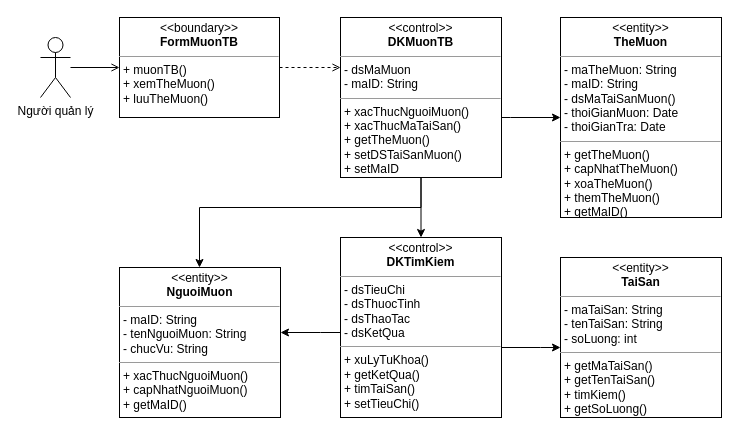
Above: page "Sua chua bao tri" (3 of 5) of Class Diagram.drawio in LocalHost127000/OODA (draw.io), before the change. Source tidied: cells renumbered, new cells numbered last; positions are measured from the earlier drawing's top-left corner, leaving out a move shared by most shapes. Both pictures are drawn from the tidied source at 100%, with x=0, y=0 at pixel (40, 17).
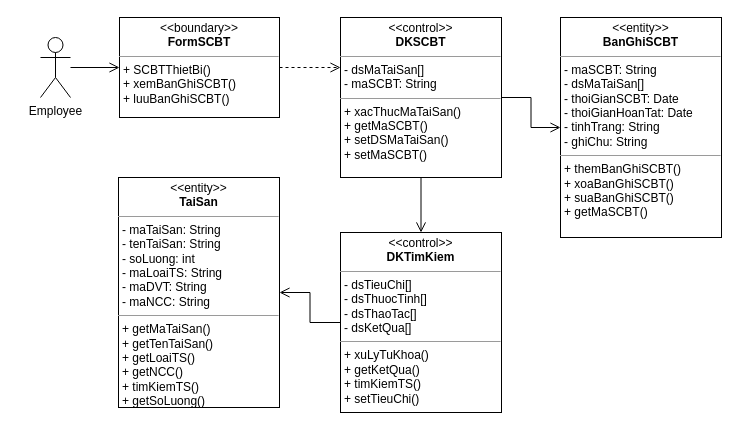
Above is the later version.

Diff of the diagram source:
```diff
@@
-    <mxCell id="2" style="edgeStyle=orthogonalEdgeStyle;rounded=0;jettySize=auto;html=1;dashed=1;endArrow=open;endFill=0;" parent="1" edge="1" source="3" target="7">
+    <mxCell id="2" style="edgeStyle=orthogonalEdgeStyle;rounded=0;jettySize=auto;html=1;dashed=1;endArrow=open;endFill=0;endSize=8;" parent="1" edge="1" source="3" target="7">
       <mxGeometry relative="1" as="geometry">
         <Array as="points">
           <mxPoint x="290" y="50" />
           <mxPoint x="290" y="50" />
         </Array>
       </mxGeometry>
     </mxCell>
-    <mxCell id="3" value="&lt;p style=&quot;margin: 0px ; margin-top: 4px ; text-align: center&quot;&gt;&amp;lt;&amp;lt;boundary&amp;gt;&amp;gt;&lt;br&gt;&lt;b&gt;FormMuonTB&lt;/b&gt;&lt;/p&gt;&lt;hr size=&quot;1&quot;&gt;&lt;p style=&quot;margin: 0px 0px 0px 4px&quot;&gt;+ muonTB()&lt;br&gt;+ xemTheMuon()&lt;/p&gt;&lt;p style=&quot;margin: 0px 0px 0px 4px&quot;&gt;+ luuTheMuon()&lt;/p&gt;" style="verticalAlign=top;align=left;overflow=fill;fontSize=12;fontFamily=Helvetica;html=1;" parent="1" vertex="1">
+    <mxCell id="3" value="&lt;p style=&quot;margin: 0px ; margin-top: 4px ; text-align: center&quot;&gt;&amp;lt;&amp;lt;boundary&amp;gt;&amp;gt;&lt;br&gt;&lt;b&gt;FormSCBT&lt;/b&gt;&lt;/p&gt;&lt;hr size=&quot;1&quot;&gt;&lt;p style=&quot;margin: 0px 0px 0px 4px&quot;&gt;+ SCBTThietBi()&lt;br&gt;+ xemBanGhiSCBT()&lt;/p&gt;&lt;p style=&quot;margin: 0px 0px 0px 4px&quot;&gt;+ luuBanGhiSCBT()&lt;/p&gt;" style="verticalAlign=top;align=left;overflow=fill;fontSize=12;fontFamily=Helvetica;html=1;" parent="1" vertex="1">
       <mxGeometry x="79" width="160" height="100" as="geometry" />
     </mxCell>
-    <mxCell id="4" style="edgeStyle=orthogonalEdgeStyle;rounded=0;jettySize=auto;html=1;endArrow=classic;endFill=1;" parent="1" edge="1" source="7" target="12">
+    <mxCell id="4" style="edgeStyle=orthogonalEdgeStyle;rounded=0;jettySize=auto;html=1;endArrow=open;endFill=0;endSize=8;" parent="1" edge="1" source="7" target="17">
       <mxGeometry relative="1" as="geometry" />
     </mxCell>
-    <mxCell id="5" style="edgeStyle=orthogonalEdgeStyle;rounded=0;jettySize=auto;html=1;endArrow=classic;endFill=1;" parent="1" edge="1" source="7" target="13">
-      <mxGeometry relative="1" as="geometry">
-        <Array as="points">
-          <mxPoint x="470" y="100" />
-          <mxPoint x="470" y="100" />
-        </Array>
-      </mxGeometry>
+    <mxCell id="5" style="edgeStyle=orthogonalEdgeStyle;rounded=0;jettySize=auto;html=1;endArrow=open;endFill=0;endSize=8;" parent="1" edge="1" source="7" target="13">
+      <mxGeometry relative="1" as="geometry" />
     </mxCell>
-    <mxCell id="6" style="edgeStyle=orthogonalEdgeStyle;rounded=0;jettySize=auto;html=1;endArrow=classic;endFill=1;" parent="1" edge="1" source="7" target="15">
-      <mxGeometry relative="1" as="geometry">
-        <Array as="points">
-          <mxPoint x="381" y="190" />
-          <mxPoint x="159" y="190" />
-        </Array>
-      </mxGeometry>
-    </mxCell>
-    <mxCell id="7" value="&lt;p style=&quot;margin: 0px ; margin-top: 4px ; text-align: center&quot;&gt;&amp;lt;&amp;lt;control&amp;gt;&amp;gt;&lt;br&gt;&lt;b&gt;DKMuonTB&lt;/b&gt;&lt;/p&gt;&lt;hr size=&quot;1&quot;&gt;&lt;p style=&quot;margin: 0px ; margin-left: 4px&quot;&gt;- dsMaMuon&lt;br&gt;- maID: String&lt;/p&gt;&lt;hr size=&quot;1&quot;&gt;&lt;p style=&quot;margin: 0px ; margin-left: 4px&quot;&gt;+ xacThucNguoiMuon()&lt;/p&gt;&lt;p style=&quot;margin: 0px ; margin-left: 4px&quot;&gt;+ xacThucMaTaiSan()&lt;/p&gt;&lt;p style=&quot;margin: 0px ; margin-left: 4px&quot;&gt;+ getTheMuon()&lt;/p&gt;&lt;p style=&quot;margin: 0px ; margin-left: 4px&quot;&gt;+ setDSTaiSanMuon()&lt;/p&gt;&lt;p style=&quot;margin: 0px ; margin-left: 4px&quot;&gt;+ setMaID&lt;/p&gt;" style="verticalAlign=top;align=left;overflow=fill;fontSize=12;fontFamily=Helvetica;html=1;" parent="1" vertex="1">
+    <mxCell id="7" value="&lt;p style=&quot;margin: 0px ; margin-top: 4px ; text-align: center&quot;&gt;&amp;lt;&amp;lt;control&amp;gt;&amp;gt;&lt;br&gt;&lt;b&gt;DKSCBT&lt;/b&gt;&lt;/p&gt;&lt;hr size=&quot;1&quot;&gt;&lt;p style=&quot;margin: 0px ; margin-left: 4px&quot;&gt;- dsMaTaiSan[]&lt;br&gt;- maSCBT: String&lt;/p&gt;&lt;hr size=&quot;1&quot;&gt;&lt;p style=&quot;margin: 0px ; margin-left: 4px&quot;&gt;&lt;span&gt;+ xacThucMaTaiSan()&lt;/span&gt;&lt;br&gt;&lt;/p&gt;&lt;p style=&quot;margin: 0px ; margin-left: 4px&quot;&gt;+ getMaSCBT()&lt;/p&gt;&lt;p style=&quot;margin: 0px ; margin-left: 4px&quot;&gt;+ setDSMaTaiSan()&lt;/p&gt;&lt;p style=&quot;margin: 0px ; margin-left: 4px&quot;&gt;+ setMaSCBT()&lt;/p&gt;" style="verticalAlign=top;align=left;overflow=fill;fontSize=12;fontFamily=Helvetica;html=1;" parent="1" vertex="1">
       <mxGeometry x="300" width="161" height="160" as="geometry" />
     </mxCell>
-    <mxCell id="8" style="edgeStyle=orthogonalEdgeStyle;rounded=0;jettySize=auto;html=1;endArrow=open;endFill=0;" parent="1" edge="1" source="9" target="3">
+    <mxCell id="8" style="edgeStyle=orthogonalEdgeStyle;rounded=0;jettySize=auto;html=1;endArrow=open;endFill=0;endSize=8;" parent="1" edge="1" source="9" target="3">
       <mxGeometry relative="1" as="geometry" />
     </mxCell>
-    <mxCell id="9" value="Người quản lý" style="shape=umlActor;verticalLabelPosition=bottom;verticalAlign=top;html=1;" parent="1" vertex="1">
+    <mxCell id="9" value="Employee" style="shape=umlActor;verticalLabelPosition=bottom;verticalAlign=top;html=1;" parent="1" vertex="1">
       <mxGeometry y="20" width="30" height="60" as="geometry" />
     </mxCell>
-    <mxCell id="10" style="edgeStyle=orthogonalEdgeStyle;rounded=0;jettySize=auto;html=1;endArrow=classic;endFill=1;" parent="1" edge="1" source="12" target="14">
-      <mxGeometry relative="1" as="geometry">
-        <Array as="points">
-          <mxPoint x="500" y="330" />
-          <mxPoint x="500" y="330" />
-        </Array>
-      </mxGeometry>
-    </mxCell>
-    <mxCell id="11" style="edgeStyle=orthogonalEdgeStyle;rounded=0;jettySize=auto;html=1;endArrow=classic;endFill=1;" parent="1" edge="1" source="12" target="15">
-      <mxGeometry relative="1" as="geometry">
-        <Array as="points">
-          <mxPoint x="280" y="315" />
-          <mxPoint x="280" y="315" />
-        </Array>
-      </mxGeometry>
-    </mxCell>
-    <mxCell id="12" value="&lt;p style=&quot;margin: 0px ; margin-top: 4px ; text-align: center&quot;&gt;&amp;lt;&amp;lt;control&amp;gt;&amp;gt;&lt;br&gt;&lt;b&gt;DKTimKiem&lt;/b&gt;&lt;/p&gt;&lt;hr size=&quot;1&quot;&gt;&lt;p style=&quot;margin: 0px ; margin-left: 4px&quot;&gt;- dsTieuChi&lt;/p&gt;&lt;p style=&quot;margin: 0px ; margin-left: 4px&quot;&gt;- dsThuocTinh&lt;/p&gt;&lt;p style=&quot;margin: 0px ; margin-left: 4px&quot;&gt;- dsThaoTac&lt;/p&gt;&lt;p style=&quot;margin: 0px ; margin-left: 4px&quot;&gt;- dsKetQua&lt;/p&gt;&lt;hr size=&quot;1&quot;&gt;&lt;p style=&quot;margin: 0px ; margin-left: 4px&quot;&gt;+ xuLyTuKhoa()&lt;/p&gt;&lt;p style=&quot;margin: 0px ; margin-left: 4px&quot;&gt;+ getKetQua()&lt;/p&gt;&lt;p style=&quot;margin: 0px ; margin-left: 4px&quot;&gt;+ timTaiSan()&lt;/p&gt;&lt;p style=&quot;margin: 0px ; margin-left: 4px&quot;&gt;+ setTieuChi()&lt;/p&gt;" style="verticalAlign=top;align=left;overflow=fill;fontSize=12;fontFamily=Helvetica;html=1;" parent="1" vertex="1">
-      <mxGeometry x="300" y="220" width="161" height="180" as="geometry" />
-    </mxCell>
+    <mxCell id="16" style="edgeStyle=orthogonalEdgeStyle;rounded=0;jettySize=auto;html=1;startSize=7;endArrow=open;endFill=0;endSize=8;" parent="1" edge="1" source="17" target="14">
+      <mxGeometry relative="1" as="geometry" />
+    </mxCell>
-    <mxCell id="13" value="&lt;p style=&quot;margin: 0px ; margin-top: 4px ; text-align: center&quot;&gt;&amp;lt;&amp;lt;entity&amp;gt;&amp;gt;&lt;br&gt;&lt;b&gt;TheMuon&lt;/b&gt;&lt;/p&gt;&lt;hr size=&quot;1&quot;&gt;&lt;p style=&quot;margin: 0px ; margin-left: 4px&quot;&gt;- maTheMuon: String&lt;br&gt;- maID: String&lt;/p&gt;&lt;p style=&quot;margin: 0px ; margin-left: 4px&quot;&gt;- dsMaTaiSanMuon()&lt;/p&gt;&lt;p style=&quot;margin: 0px ; margin-left: 4px&quot;&gt;- thoiGianMuon: Date&lt;/p&gt;&lt;p style=&quot;margin: 0px ; margin-left: 4px&quot;&gt;- thoiGianTra: Date&lt;/p&gt;&lt;hr size=&quot;1&quot;&gt;&lt;p style=&quot;margin: 0px ; margin-left: 4px&quot;&gt;+ getTheMuon()&lt;/p&gt;&lt;p style=&quot;margin: 0px ; margin-left: 4px&quot;&gt;+ capNhatTheMuon()&lt;/p&gt;&lt;p style=&quot;margin: 0px ; margin-left: 4px&quot;&gt;+ xoaTheMuon()&lt;/p&gt;&lt;p style=&quot;margin: 0px ; margin-left: 4px&quot;&gt;+ themTheMuon()&lt;/p&gt;&lt;p style=&quot;margin: 0px ; margin-left: 4px&quot;&gt;+ getMaID()&lt;/p&gt;" style="verticalAlign=top;align=left;overflow=fill;fontSize=12;fontFamily=Helvetica;html=1;" parent="1" vertex="1">
-      <mxGeometry x="520" width="161" height="200" as="geometry" />
+    <mxCell id="13" value="&lt;p style=&quot;margin: 0px ; margin-top: 4px ; text-align: center&quot;&gt;&amp;lt;&amp;lt;entity&amp;gt;&amp;gt;&lt;br&gt;&lt;b&gt;BanGhiSCBT&lt;/b&gt;&lt;/p&gt;&lt;hr size=&quot;1&quot;&gt;&lt;p style=&quot;margin: 0px ; margin-left: 4px&quot;&gt;- maSCBT: String&lt;br&gt;&lt;/p&gt;&lt;p style=&quot;margin: 0px ; margin-left: 4px&quot;&gt;- dsMaTaiSan[]&lt;/p&gt;&lt;p style=&quot;margin: 0px ; margin-left: 4px&quot;&gt;- thoiGianSCBT: Date&lt;/p&gt;&lt;p style=&quot;margin: 0px ; margin-left: 4px&quot;&gt;- thoiGianHoanTat: Date&lt;/p&gt;&lt;p style=&quot;margin: 0px ; margin-left: 4px&quot;&gt;- tinhTrang: String&lt;/p&gt;&lt;p style=&quot;margin: 0px ; margin-left: 4px&quot;&gt;- ghiChu: String&lt;/p&gt;&lt;hr size=&quot;1&quot;&gt;&lt;p style=&quot;margin: 0px ; margin-left: 4px&quot;&gt;+ themBanGhiSCBT()&lt;/p&gt;&lt;p style=&quot;margin: 0px ; margin-left: 4px&quot;&gt;+ xoaBanGhiSCBT()&lt;/p&gt;&lt;p style=&quot;margin: 0px ; margin-left: 4px&quot;&gt;+ suaBanGhiSCBT()&lt;/p&gt;&lt;p style=&quot;margin: 0px ; margin-left: 4px&quot;&gt;+ getMaSCBT()&lt;/p&gt;" style="verticalAlign=top;align=left;overflow=fill;fontSize=12;fontFamily=Helvetica;html=1;" parent="1" vertex="1">
+      <mxGeometry x="520" width="161" height="220" as="geometry" />
     </mxCell>
-    <mxCell id="14" value="&lt;p style=&quot;margin: 0px ; margin-top: 4px ; text-align: center&quot;&gt;&amp;lt;&amp;lt;entity&amp;gt;&amp;gt;&lt;br&gt;&lt;b&gt;TaiSan&lt;/b&gt;&lt;/p&gt;&lt;hr size=&quot;1&quot;&gt;&lt;p style=&quot;margin: 0px ; margin-left: 4px&quot;&gt;- maTaiSan: String&lt;br&gt;- tenTaiSan: String&lt;/p&gt;&lt;p style=&quot;margin: 0px ; margin-left: 4px&quot;&gt;- soLuong: int&lt;/p&gt;&lt;hr size=&quot;1&quot;&gt;&lt;p style=&quot;margin: 0px ; margin-left: 4px&quot;&gt;+ getMaTaiSan()&lt;br&gt;+ getTenTaiSan()&lt;/p&gt;&lt;p style=&quot;margin: 0px ; margin-left: 4px&quot;&gt;+ timKiem()&lt;/p&gt;&lt;p style=&quot;margin: 0px ; margin-left: 4px&quot;&gt;+ getSoLuong()&lt;/p&gt;" style="verticalAlign=top;align=left;overflow=fill;fontSize=12;fontFamily=Helvetica;html=1;" parent="1" vertex="1">
-      <mxGeometry x="520" y="240" width="161" height="160" as="geometry" />
+    <mxCell id="14" value="&lt;p style=&quot;margin: 0px ; margin-top: 4px ; text-align: center&quot;&gt;&amp;lt;&amp;lt;entity&amp;gt;&amp;gt;&lt;br&gt;&lt;b&gt;TaiSan&lt;/b&gt;&lt;/p&gt;&lt;hr size=&quot;1&quot;&gt;&lt;p style=&quot;margin: 0px ; margin-left: 4px&quot;&gt;- maTaiSan: String&lt;br style=&quot;padding: 0px ; margin: 0px&quot;&gt;- tenTaiSan: String&lt;br style=&quot;padding: 0px ; margin: 0px&quot;&gt;- soLuong: int&lt;br style=&quot;padding: 0px ; margin: 0px&quot;&gt;- maLoaiTS: String&lt;br style=&quot;padding: 0px ; margin: 0px&quot;&gt;- maDVT: String&lt;br style=&quot;padding: 0px ; margin: 0px&quot;&gt;- maNCC: String&lt;/p&gt;&lt;hr size=&quot;1&quot;&gt;&lt;p style=&quot;margin: 0px ; margin-left: 4px&quot;&gt;+ getMaTaiSan()&lt;br&gt;+ getTenTaiSan()&lt;/p&gt;&lt;p style=&quot;margin: 0px ; margin-left: 4px&quot;&gt;+ getLoaiTS()&lt;/p&gt;&lt;p style=&quot;margin: 0px ; margin-left: 4px&quot;&gt;+ getNCC()&lt;/p&gt;&lt;p style=&quot;margin: 0px ; margin-left: 4px&quot;&gt;+ timKiemTS()&lt;/p&gt;&lt;p style=&quot;margin: 0px ; margin-left: 4px&quot;&gt;+ getSoLuong()&lt;/p&gt;" style="verticalAlign=top;align=left;overflow=fill;fontSize=12;fontFamily=Helvetica;html=1;" parent="1" vertex="1">
+      <mxGeometry x="78" y="160" width="161" height="230" as="geometry" />
     </mxCell>
-    <mxCell id="15" value="&lt;p style=&quot;margin: 0px ; margin-top: 4px ; text-align: center&quot;&gt;&amp;lt;&amp;lt;entity&amp;gt;&amp;gt;&lt;br&gt;&lt;b&gt;NguoiMuon&lt;/b&gt;&lt;/p&gt;&lt;hr size=&quot;1&quot;&gt;&lt;p style=&quot;margin: 0px ; margin-left: 4px&quot;&gt;- maID: String&lt;br&gt;- tenNguoiMuon: String&lt;/p&gt;&lt;p style=&quot;margin: 0px ; margin-left: 4px&quot;&gt;- chucVu: String&lt;/p&gt;&lt;hr size=&quot;1&quot;&gt;&lt;p style=&quot;margin: 0px ; margin-left: 4px&quot;&gt;+ xacThucNguoiMuon()&lt;br&gt;+ capNhatNguoiMuon()&lt;/p&gt;&lt;p style=&quot;margin: 0px ; margin-left: 4px&quot;&gt;+ getMaID()&amp;nbsp;&lt;/p&gt;" style="verticalAlign=top;align=left;overflow=fill;fontSize=12;fontFamily=Helvetica;html=1;" parent="1" vertex="1">
-      <mxGeometry x="79" y="250" width="161" height="150" as="geometry" />
-    </mxCell>
+    <mxCell id="17" value="&lt;p style=&quot;margin: 0px ; margin-top: 4px ; text-align: center&quot;&gt;&amp;lt;&amp;lt;control&amp;gt;&amp;gt;&lt;br&gt;&lt;b&gt;DKTimKiem&lt;/b&gt;&lt;/p&gt;&lt;hr size=&quot;1&quot;&gt;&lt;p style=&quot;margin: 0px ; margin-left: 4px&quot;&gt;- dsTieuChi[]&lt;/p&gt;&lt;p style=&quot;margin: 0px ; margin-left: 4px&quot;&gt;- dsThuocTinh[]&lt;/p&gt;&lt;p style=&quot;margin: 0px ; margin-left: 4px&quot;&gt;- dsThaoTac[]&lt;/p&gt;&lt;p style=&quot;margin: 0px ; margin-left: 4px&quot;&gt;- dsKetQua[]&lt;/p&gt;&lt;hr size=&quot;1&quot;&gt;&lt;p style=&quot;margin: 0px ; margin-left: 4px&quot;&gt;+ xuLyTuKhoa()&lt;/p&gt;&lt;p style=&quot;margin: 0px ; margin-left: 4px&quot;&gt;+ getKetQua()&lt;/p&gt;&lt;p style=&quot;margin: 0px ; margin-left: 4px&quot;&gt;+ timKiemTS()&lt;/p&gt;&lt;p style=&quot;margin: 0px ; margin-left: 4px&quot;&gt;+ setTieuChi()&lt;/p&gt;" style="verticalAlign=top;align=left;overflow=fill;fontSize=12;fontFamily=Helvetica;html=1;" parent="1" vertex="1">
+      <mxGeometry x="300" y="215" width="161" height="180" as="geometry" />
+    </mxCell>
```
